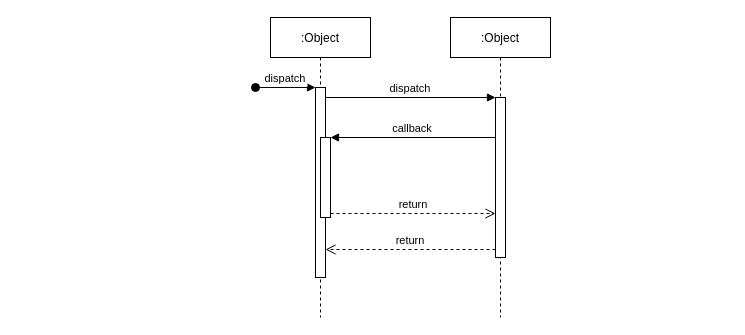
Earlier version of the draw.io diagram Login_SequenceDiagram.drawio (tue0305/DesignPatternDemo). Source tidied: cells renumbered, new cells numbered last; positions are measured from the earlier drawing's top-left corner, leaving out a move shared by most shapes. Both pictures are drawn from the tidied source at 100%, with x=0, y=0 at pixel (255, 17).
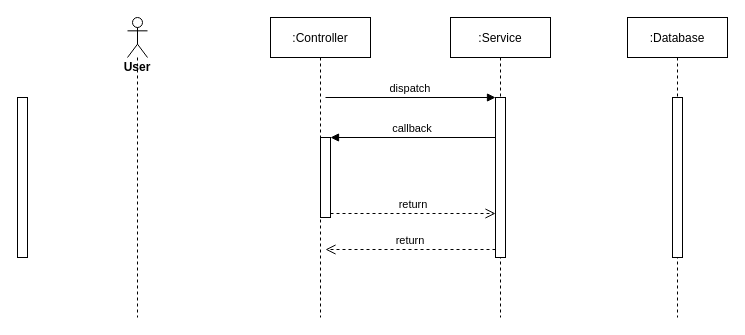
Above is the later version.

What changed in the source:
```diff
@@
 <mxGraphModel>
   <root>
     <mxCell id="0" />
     <mxCell id="1" parent="0" />
-    <mxCell id="2" value=":Object" style="shape=umlLifeline;perimeter=lifelinePerimeter;rounded=0;shadow=0;strokeWidth=1;" parent="1" vertex="1">
+    <mxCell id="2" value=":Controller" style="shape=umlLifeline;perimeter=lifelinePerimeter;rounded=0;shadow=0;strokeWidth=1;" parent="1" vertex="1">
       <mxGeometry x="15" width="100" height="300" as="geometry" />
     </mxCell>
-    <mxCell id="3" style="points=[];perimeter=orthogonalPerimeter;rounded=0;shadow=0;strokeWidth=1;" parent="2" vertex="1">
-      <mxGeometry x="45" y="70" width="10" height="190" as="geometry" />
-    </mxCell>
-    <mxCell id="4" value="dispatch" style="verticalAlign=bottom;startArrow=oval;endArrow=block;startSize=8;shadow=0;strokeWidth=1;" parent="2" edge="1" target="3">
-      <mxGeometry relative="1" as="geometry">
-        <mxPoint x="-15" y="70" as="sourcePoint" />
-      </mxGeometry>
-    </mxCell>
     <mxCell id="5" style="points=[];perimeter=orthogonalPerimeter;rounded=0;shadow=0;strokeWidth=1;" parent="2" vertex="1">
       <mxGeometry x="50" y="120" width="10" height="80" as="geometry" />
     </mxCell>
-    <mxCell id="6" value=":Object" style="shape=umlLifeline;perimeter=lifelinePerimeter;rounded=0;shadow=0;strokeWidth=1;" parent="1" vertex="1">
+    <mxCell id="6" value=":Service" style="shape=umlLifeline;perimeter=lifelinePerimeter;rounded=0;shadow=0;strokeWidth=1;" parent="1" vertex="1">
       <mxGeometry x="195" width="100" height="300" as="geometry" />
     </mxCell>
     <mxCell id="7" style="points=[];perimeter=orthogonalPerimeter;rounded=0;shadow=0;strokeWidth=1;" parent="6" vertex="1">
       <mxGeometry x="45" y="80" width="10" height="160" as="geometry" />
     </mxCell>
-    <mxCell id="8" value="return" style="verticalAlign=bottom;endArrow=open;dashed=1;endSize=8;exitX=0;exitY=0.95;shadow=0;strokeWidth=1;" parent="1" edge="1" source="7" target="3">
-      <mxGeometry relative="1" as="geometry" />
+    <mxCell id="8" value="return" style="verticalAlign=bottom;endArrow=open;dashed=1;endSize=8;exitX=0;exitY=0.95;shadow=0;strokeWidth=1;" parent="1" edge="1" source="7">
+      <mxGeometry relative="1" as="geometry">
+        <mxPoint x="70" y="232" as="targetPoint" />
+      </mxGeometry>
     </mxCell>
-    <mxCell id="9" value="dispatch" style="verticalAlign=bottom;endArrow=block;entryX=0;entryY=0;shadow=0;strokeWidth=1;" parent="1" edge="1" source="3" target="7">
-      <mxGeometry relative="1" as="geometry" />
+    <mxCell id="9" value="dispatch" style="verticalAlign=bottom;endArrow=block;entryX=0;entryY=0;shadow=0;strokeWidth=1;" parent="1" edge="1" target="7">
+      <mxGeometry relative="1" as="geometry">
+        <mxPoint x="70" y="80" as="sourcePoint" />
+      </mxGeometry>
     </mxCell>
     <mxCell id="10" value="callback" style="verticalAlign=bottom;endArrow=block;entryX=1;entryY=0;shadow=0;strokeWidth=1;" parent="1" edge="1" source="7" target="5">
       <mxGeometry relative="1" as="geometry" />
     </mxCell>
     <mxCell id="11" value="return" style="verticalAlign=bottom;endArrow=open;dashed=1;endSize=8;exitX=1;exitY=0.95;shadow=0;strokeWidth=1;" parent="1" edge="1" source="5" target="7">
       <mxGeometry relative="1" as="geometry" />
     </mxCell>
+    <mxCell id="12" value=":Database" style="shape=umlLifeline;perimeter=lifelinePerimeter;rounded=0;shadow=0;strokeWidth=1;" parent="1" vertex="1">
+      <mxGeometry x="372" width="100" height="300" as="geometry" />
+    </mxCell>
+    <mxCell id="13" style="perimeter=orthogonalPerimeter;rounded=0;shadow=0;strokeWidth=1;" parent="12" vertex="1">
+      <mxGeometry x="45" y="80" width="10" height="160" as="geometry" />
+    </mxCell>
+    <mxCell id="14" style="perimeter=orthogonalPerimeter;rounded=0;shadow=0;strokeWidth=1;" parent="1" vertex="1">
+      <mxGeometry x="-238" y="80" width="10" height="160" as="geometry" />
+    </mxCell>
+    <mxCell id="15" value="&lt;b&gt;User&lt;/b&gt;" style="shape=umlLifeline;participant=umlActor;perimeter=lifelinePerimeter;whiteSpace=wrap;html=1;verticalAlign=top;spacingTop=36;" parent="1" vertex="1">
+      <mxGeometry x="-128" width="20" height="300" as="geometry" />
+    </mxCell>
   </root>
 </mxGraphModel>
```
